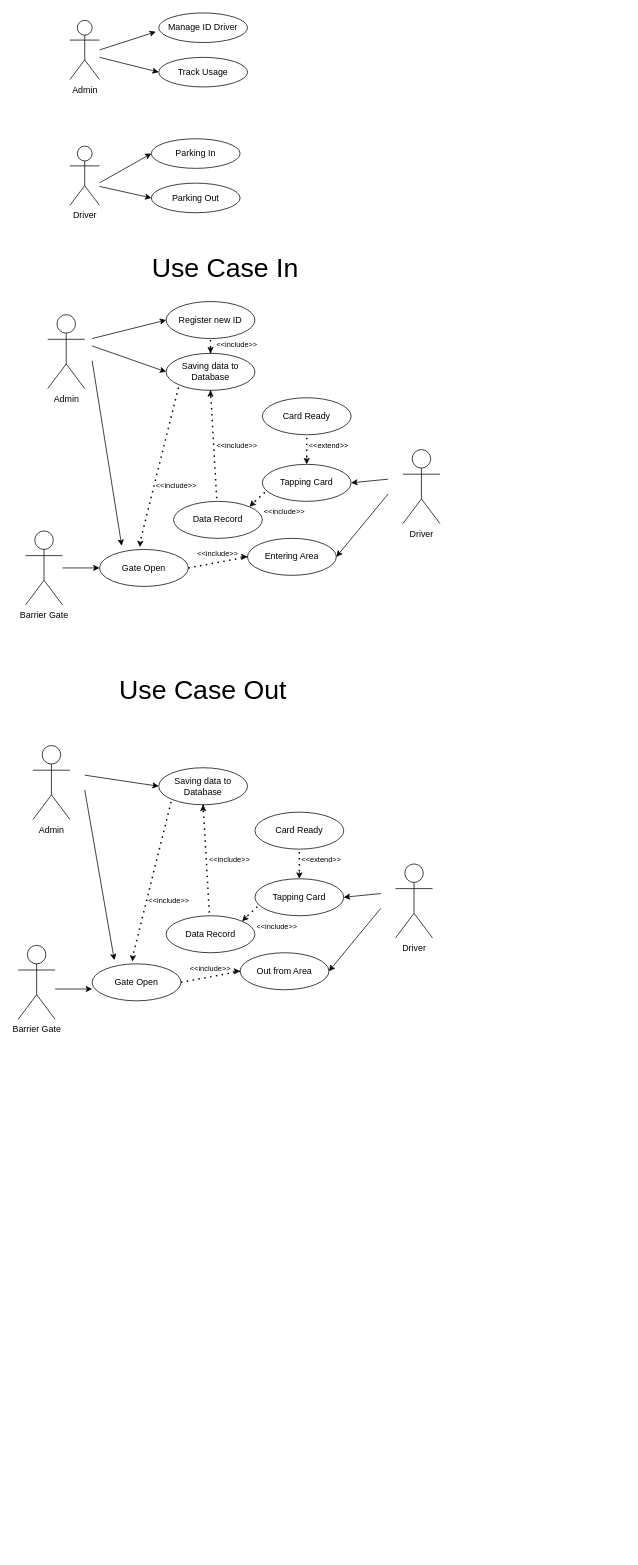
The draw.io diagram Untitled Diagram.drawio in kairamilanifitria/Capstone-Project, before the edit. Source tidied: cells renumbered, new cells numbered last; positions are measured from the earlier drawing's top-left corner, leaving out a move shared by most shapes. Both pictures are drawn from the tidied source at 74%, with x=0, y=0 at pixel (18, 13).
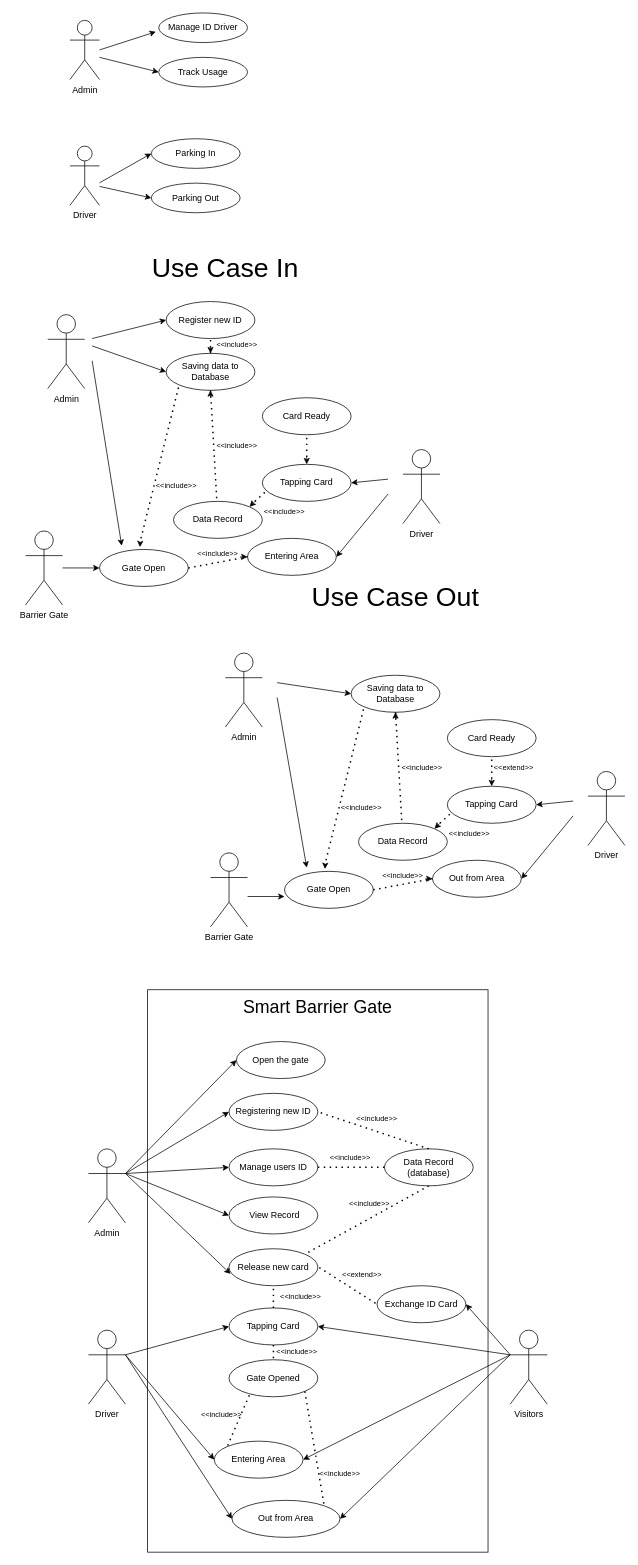
The same diagram, later.

Diff of the diagram source:
```diff
@@
+    <mxCell id="79" style="rounded=0;whiteSpace=wrap;html=1;" parent="1" vertex="1">
+      <mxGeometry x="175" y="1320" width="460" height="760" as="geometry" />
+    </mxCell>
@@
-    <mxCell id="42" value="&lt;font style=&quot;font-size: 10px&quot;&gt;&amp;lt;&amp;lt;extend&amp;gt;&amp;gt;&lt;/font&gt;" style="text;html=1;strokeColor=none;fillColor=none;align=center;verticalAlign=middle;whiteSpace=wrap;rounded=0;fontSize=36;rotation=0;" parent="1" vertex="1">
-      <mxGeometry x="390" y="560" width="60" height="30" as="geometry" />
-    </mxCell>
@@
     <mxCell id="46" value="&lt;font style=&quot;font-size: 36px&quot;&gt;Use Case Out&lt;/font&gt;" style="text;html=1;strokeColor=none;fillColor=none;align=center;verticalAlign=middle;whiteSpace=wrap;rounded=0;" parent="1" vertex="1">
-      <mxGeometry x="50" y="900" width="400" height="27.7" as="geometry" />
+      <mxGeometry x="310" y="775" width="400" height="27.7" as="geometry" />
     </mxCell>
@@
     <mxCell id="48" value="Admin" style="shape=umlActor;verticalLabelPosition=bottom;verticalAlign=top;html=1;" parent="1" vertex="1">
-      <mxGeometry x="20" y="990" width="50" height="100" as="geometry" />
+      <mxGeometry x="280" y="865" width="50" height="100" as="geometry" />
     </mxCell>
@@
     <mxCell id="50" value="Tapping Card" style="ellipse;whiteSpace=wrap;html=1;" parent="1" vertex="1">
-      <mxGeometry x="320" y="1170" width="120" height="50" as="geometry" />
+      <mxGeometry x="580" y="1045" width="120" height="50" as="geometry" />
     </mxCell>
     <mxCell id="51" value="Out from Area" style="ellipse;whiteSpace=wrap;html=1;" parent="1" vertex="1">
-      <mxGeometry x="300" y="1270" width="120" height="50" as="geometry" />
+      <mxGeometry x="560" y="1145" width="120" height="50" as="geometry" />
     </mxCell>
     <mxCell id="52" value="Saving data to Database" style="ellipse;whiteSpace=wrap;html=1;" parent="1" vertex="1">
-      <mxGeometry x="190" y="1020" width="120" height="50" as="geometry" />
+      <mxGeometry x="450" y="895" width="120" height="50" as="geometry" />
     </mxCell>
     <mxCell id="53" value="Gate Open" style="ellipse;whiteSpace=wrap;html=1;" parent="1" vertex="1">
-      <mxGeometry x="100" y="1285" width="120" height="50" as="geometry" />
+      <mxGeometry x="360" y="1160" width="120" height="50" as="geometry" />
     </mxCell>
     <mxCell id="54" value="Card Ready" style="ellipse;whiteSpace=wrap;html=1;" parent="1" vertex="1">
-      <mxGeometry x="320" y="1080" width="120" height="50" as="geometry" />
+      <mxGeometry x="580" y="955" width="120" height="50" as="geometry" />
     </mxCell>
     <mxCell id="55" style="endArrow=classic;html=1;rounded=0;fontSize=36;entryX=1;entryY=0.5;entryDx=0;entryDy=0;" parent="1" edge="1" target="50">
       <mxGeometry relative="1" as="geometry">
-        <mxPoint x="490" y="1190" as="sourcePoint" />
+        <mxPoint x="750" y="1065" as="sourcePoint" />
       </mxGeometry>
     </mxCell>
     <mxCell id="56" style="endArrow=classic;html=1;rounded=0;fontSize=36;entryX=1;entryY=0;entryDx=0;entryDy=0;" parent="1" edge="1">
       <mxGeometry relative="1" as="geometry">
-        <mxPoint x="310" y="1220" as="sourcePoint" />
-        <mxPoint x="302.7" y="1227.4" as="targetPoint" />
+        <mxPoint x="570" y="1095" as="sourcePoint" />
+        <mxPoint x="562.7" y="1102.4" as="targetPoint" />
       </mxGeometry>
     </mxCell>
     <mxCell id="57" style="endArrow=classic;html=1;rounded=0;fontSize=36;entryX=0.455;entryY=-0.064;entryDx=0;entryDy=0;entryPerimeter=0;" parent="1" edge="1" target="53">
       <mxGeometry relative="1" as="geometry">
-        <mxPoint x="155" y="1275" as="sourcePoint" />
+        <mxPoint x="415" y="1150" as="sourcePoint" />
       </mxGeometry>
     </mxCell>
     <mxCell id="58" style="endArrow=classic;html=1;rounded=0;fontSize=36;entryX=1;entryY=0.5;entryDx=0;entryDy=0;" parent="1" edge="1" target="51">
       <mxGeometry relative="1" as="geometry">
-        <mxPoint x="490" y="1210" as="sourcePoint" />
+        <mxPoint x="750" y="1085" as="sourcePoint" />
       </mxGeometry>
     </mxCell>
     <mxCell id="59" style="endArrow=none;dashed=1;html=1;dashPattern=1 3;strokeWidth=2;rounded=0;fontSize=36;exitX=0.5;exitY=1;exitDx=0;exitDy=0;startArrow=none;" parent="1" edge="1" source="67">
       <mxGeometry relative="1" as="geometry">
-        <mxPoint x="260" y="1270" as="targetPoint" />
+        <mxPoint x="520" y="1145" as="targetPoint" />
       </mxGeometry>
     </mxCell>
     <mxCell id="60" style="endArrow=none;dashed=1;html=1;dashPattern=1 3;strokeWidth=2;rounded=0;fontSize=36;exitX=1;exitY=0.5;exitDx=0;exitDy=0;entryX=0;entryY=0.5;entryDx=0;entryDy=0;" parent="1" edge="1">
       <mxGeometry relative="1" as="geometry">
-        <mxPoint x="220" y="1310" as="sourcePoint" />
-        <mxPoint x="300" y="1295" as="targetPoint" />
+        <mxPoint x="480" y="1185" as="sourcePoint" />
+        <mxPoint x="560" y="1170" as="targetPoint" />
       </mxGeometry>
     </mxCell>
     <mxCell id="61" style="endArrow=classic;html=1;rounded=0;fontSize=36;entryX=0.5;entryY=1;entryDx=0;entryDy=0;" parent="1" edge="1" target="52">
       <mxGeometry relative="1" as="geometry">
-        <mxPoint x="250" y="1080" as="sourcePoint" />
+        <mxPoint x="510" y="955" as="sourcePoint" />
       </mxGeometry>
     </mxCell>
     <mxCell id="62" style="endArrow=none;dashed=1;html=1;dashPattern=1 3;strokeWidth=2;rounded=0;fontSize=36;entryX=0;entryY=1;entryDx=0;entryDy=0;" parent="1" edge="1" target="52">
       <mxGeometry relative="1" as="geometry">
-        <mxPoint x="156" y="1270" as="sourcePoint" />
+        <mxPoint x="416" y="1145" as="sourcePoint" />
       </mxGeometry>
     </mxCell>
     <mxCell id="63" style="endArrow=none;dashed=1;html=1;dashPattern=1 3;strokeWidth=2;rounded=0;fontSize=36;entryX=0.057;entryY=0.692;entryDx=0;entryDy=0;entryPerimeter=0;" parent="1" edge="1" target="50">
       <mxGeometry relative="1" as="geometry">
-        <mxPoint x="310" y="1220" as="sourcePoint" />
+        <mxPoint x="570" y="1095" as="sourcePoint" />
       </mxGeometry>
     </mxCell>
     <mxCell id="64" style="endArrow=classic;html=1;rounded=0;fontSize=36;entryX=0;entryY=0.5;entryDx=0;entryDy=0;" parent="1" edge="1" target="51">
       <mxGeometry relative="1" as="geometry">
-        <mxPoint x="290" y="1295" as="sourcePoint" />
+        <mxPoint x="550" y="1170" as="sourcePoint" />
       </mxGeometry>
     </mxCell>
     <mxCell id="65" style="endArrow=classic;html=1;rounded=0;fontSize=36;entryX=0.5;entryY=0;entryDx=0;entryDy=0;" parent="1" edge="1" target="50">
       <mxGeometry relative="1" as="geometry">
-        <mxPoint x="380" y="1160" as="sourcePoint" />
+        <mxPoint x="640" y="1035" as="sourcePoint" />
       </mxGeometry>
     </mxCell>
     <mxCell id="66" style="endArrow=none;dashed=1;html=1;dashPattern=1 3;strokeWidth=2;rounded=0;fontSize=36;entryX=0.5;entryY=1;entryDx=0;entryDy=0;" parent="1" edge="1" target="54">
       <mxGeometry relative="1" as="geometry">
-        <mxPoint x="380" y="1160" as="sourcePoint" />
+        <mxPoint x="640" y="1035" as="sourcePoint" />
       </mxGeometry>
     </mxCell>
     <mxCell id="67" value="Data Record" style="ellipse;whiteSpace=wrap;html=1;" parent="1" vertex="1">
-      <mxGeometry x="200" y="1220" width="120" height="50" as="geometry" />
+      <mxGeometry x="460" y="1095" width="120" height="50" as="geometry" />
     </mxCell>
@@
     <mxCell id="69" style="endArrow=classic;html=1;rounded=0;fontSize=36;" parent="1" edge="1">
       <mxGeometry relative="1" as="geometry">
-        <mxPoint x="90" y="1050" as="sourcePoint" />
-        <mxPoint x="130" y="1280" as="targetPoint" />
+        <mxPoint x="350" y="925" as="sourcePoint" />
+        <mxPoint x="390" y="1155" as="targetPoint" />
       </mxGeometry>
     </mxCell>
     <mxCell id="70" value="&lt;font style=&quot;font-size: 10px&quot;&gt;&amp;lt;&amp;lt;include&amp;gt;&amp;gt;&lt;/font&gt;" style="text;html=1;strokeColor=none;fillColor=none;align=center;verticalAlign=middle;whiteSpace=wrap;rounded=0;fontSize=36;rotation=0;" parent="1" vertex="1">
-      <mxGeometry x="256" y="1120" width="60" height="30" as="geometry" />
+      <mxGeometry x="516" y="995" width="60" height="30" as="geometry" />
     </mxCell>
     <mxCell id="71" value="&lt;font style=&quot;font-size: 10px&quot;&gt;&amp;lt;&amp;lt;extend&amp;gt;&amp;gt;&lt;/font&gt;" style="text;html=1;strokeColor=none;fillColor=none;align=center;verticalAlign=middle;whiteSpace=wrap;rounded=0;fontSize=36;rotation=0;" parent="1" vertex="1">
-      <mxGeometry x="380" y="1120" width="60" height="30" as="geometry" />
+      <mxGeometry x="640" y="995" width="60" height="30" as="geometry" />
     </mxCell>
     <mxCell id="72" value="&lt;font style=&quot;font-size: 10px&quot;&gt;&amp;lt;&amp;lt;include&amp;gt;&amp;gt;&lt;/font&gt;" style="text;html=1;strokeColor=none;fillColor=none;align=center;verticalAlign=middle;whiteSpace=wrap;rounded=0;fontSize=36;rotation=0;" parent="1" vertex="1">
-      <mxGeometry x="174" y="1175" width="60" height="30" as="geometry" />
+      <mxGeometry x="434" y="1050" width="60" height="30" as="geometry" />
     </mxCell>
     <mxCell id="73" value="&lt;font style=&quot;font-size: 10px&quot;&gt;&amp;lt;&amp;lt;include&amp;gt;&amp;gt;&lt;/font&gt;" style="text;html=1;strokeColor=none;fillColor=none;align=center;verticalAlign=middle;whiteSpace=wrap;rounded=0;fontSize=36;rotation=0;" parent="1" vertex="1">
-      <mxGeometry x="320" y="1210" width="60" height="30" as="geometry" />
+      <mxGeometry x="580" y="1085" width="60" height="30" as="geometry" />
     </mxCell>
     <mxCell id="74" value="&lt;font style=&quot;font-size: 10px&quot;&gt;&amp;lt;&amp;lt;include&amp;gt;&amp;gt;&lt;/font&gt;" style="text;html=1;strokeColor=none;fillColor=none;align=center;verticalAlign=middle;whiteSpace=wrap;rounded=0;fontSize=36;rotation=0;" parent="1" vertex="1">
-      <mxGeometry x="230" y="1267" width="60" height="30" as="geometry" />
+      <mxGeometry x="490" y="1142" width="60" height="30" as="geometry" />
     </mxCell>
     <mxCell id="75" value="Driver" style="shape=umlActor;verticalLabelPosition=bottom;verticalAlign=top;html=1;" parent="1" vertex="1">
-      <mxGeometry x="510" y="1150" width="50" height="100" as="geometry" />
+      <mxGeometry x="770" y="1025" width="50" height="100" as="geometry" />
     </mxCell>
     <mxCell id="76" style="endArrow=classic;html=1;rounded=0;fontSize=36;entryX=0;entryY=0.5;entryDx=0;entryDy=0;" parent="1" edge="1">
       <mxGeometry relative="1" as="geometry">
-        <mxPoint x="90" y="1030" as="sourcePoint" />
-        <mxPoint x="190" y="1045" as="targetPoint" />
+        <mxPoint x="350" y="905" as="sourcePoint" />
+        <mxPoint x="450" y="920" as="targetPoint" />
       </mxGeometry>
     </mxCell>
     <mxCell id="77" value="Barrier Gate" style="shape=umlActor;verticalLabelPosition=bottom;verticalAlign=top;html=1;" parent="1" vertex="1">
-      <mxGeometry y="1260" width="50" height="100" as="geometry" />
+      <mxGeometry x="260" y="1135" width="50" height="100" as="geometry" />
     </mxCell>
     <mxCell id="78" style="endArrow=classic;html=1;rounded=0;fontSize=36;entryX=0;entryY=0.5;entryDx=0;entryDy=0;" parent="1" edge="1">
       <mxGeometry relative="1" as="geometry">
-        <mxPoint x="50" y="1319" as="sourcePoint" />
-        <mxPoint x="100" y="1319" as="targetPoint" />
+        <mxPoint x="310" y="1194" as="sourcePoint" />
+        <mxPoint x="360" y="1194" as="targetPoint" />
       </mxGeometry>
     </mxCell>
+    <mxCell id="80" value="Admin" style="shape=umlActor;verticalLabelPosition=bottom;verticalAlign=top;html=1;outlineConnect=0;" parent="1" vertex="1">
+      <mxGeometry x="95" y="1535" width="50" height="100" as="geometry" />
+    </mxCell>
+    <mxCell id="81" value="Registering new ID" style="ellipse;whiteSpace=wrap;html=1;" parent="1" vertex="1">
+      <mxGeometry x="285" y="1460" width="120" height="50" as="geometry" />
+    </mxCell>
+    <mxCell id="82" value="Entering Area" style="ellipse;whiteSpace=wrap;html=1;" parent="1" vertex="1">
+      <mxGeometry x="265" y="1930" width="120" height="50" as="geometry" />
+    </mxCell>
+    <mxCell id="83" value="Manage users ID" style="ellipse;whiteSpace=wrap;html=1;" parent="1" vertex="1">
+      <mxGeometry x="285" y="1535" width="120" height="50" as="geometry" />
+    </mxCell>
+    <mxCell id="84" value="Open the gate" style="ellipse;whiteSpace=wrap;html=1;" parent="1" vertex="1">
+      <mxGeometry x="295" y="1390" width="120" height="50" as="geometry" />
+    </mxCell>
+    <mxCell id="85" value="Data Record (database)" style="ellipse;whiteSpace=wrap;html=1;" parent="1" vertex="1">
+      <mxGeometry x="495" y="1535" width="120" height="50" as="geometry" />
+    </mxCell>
+    <mxCell id="86" value="Visitors" style="shape=umlActor;verticalLabelPosition=bottom;verticalAlign=top;html=1;outlineConnect=0;" parent="1" vertex="1">
+      <mxGeometry x="665" y="1780" width="50" height="100" as="geometry" />
+    </mxCell>
+    <mxCell id="87" value="Gate Opened" style="ellipse;whiteSpace=wrap;html=1;" parent="1" vertex="1">
+      <mxGeometry x="285" y="1820" width="120" height="50" as="geometry" />
+    </mxCell>
+    <mxCell id="88" style="endArrow=classic;html=1;rounded=0;entryX=0;entryY=0.5;entryDx=0;entryDy=0;exitX=1;exitY=0.3333333333333333;exitDx=0;exitDy=0;exitPerimeter=0;" parent="1" edge="1" source="80" target="81">
+      <mxGeometry relative="1" as="geometry" />
+    </mxCell>
+    <mxCell id="89" style="endArrow=classic;html=1;rounded=0;entryX=0;entryY=0.5;entryDx=0;entryDy=0;exitX=1;exitY=0.3333333333333333;exitDx=0;exitDy=0;exitPerimeter=0;" parent="1" edge="1" source="80" target="83">
+      <mxGeometry relative="1" as="geometry" />
+    </mxCell>
+    <mxCell id="90" style="endArrow=classic;html=1;rounded=0;entryX=0;entryY=0.5;entryDx=0;entryDy=0;exitX=1;exitY=0.3333333333333333;exitDx=0;exitDy=0;exitPerimeter=0;" parent="1" edge="1" source="80" target="84">
+      <mxGeometry relative="1" as="geometry" />
+    </mxCell>
+    <mxCell id="91" style="endArrow=none;dashed=1;html=1;dashPattern=1 3;strokeWidth=2;rounded=0;entryX=1;entryY=0.5;entryDx=0;entryDy=0;exitX=0.5;exitY=0;exitDx=0;exitDy=0;" parent="1" edge="1" source="85" target="81">
+      <mxGeometry relative="1" as="geometry" />
+    </mxCell>
+    <mxCell id="92" style="endArrow=none;dashed=1;html=1;dashPattern=1 3;strokeWidth=2;rounded=0;entryX=1;entryY=0.5;entryDx=0;entryDy=0;exitX=0;exitY=0.5;exitDx=0;exitDy=0;" parent="1" edge="1" source="85" target="83">
+      <mxGeometry relative="1" as="geometry" />
+    </mxCell>
+    <mxCell id="93" style="endArrow=classic;html=1;rounded=0;entryX=0;entryY=0.5;entryDx=0;entryDy=0;exitX=1;exitY=0.3333333333333333;exitDx=0;exitDy=0;exitPerimeter=0;" parent="1" edge="1" source="96" target="99">
+      <mxGeometry relative="1" as="geometry" />
+    </mxCell>
+    <mxCell id="94" value="&amp;nbsp;View Record" style="ellipse;whiteSpace=wrap;html=1;" parent="1" vertex="1">
+      <mxGeometry x="285" y="1600" width="120" height="50" as="geometry" />
+    </mxCell>
+    <mxCell id="95" style="endArrow=classic;html=1;rounded=0;entryX=0;entryY=0.5;entryDx=0;entryDy=0;exitX=1;exitY=0.3333333333333333;exitDx=0;exitDy=0;exitPerimeter=0;" parent="1" edge="1" source="80" target="94">
+      <mxGeometry relative="1" as="geometry" />
+    </mxCell>
+    <mxCell id="96" value="Driver" style="shape=umlActor;verticalLabelPosition=bottom;verticalAlign=top;html=1;outlineConnect=0;" parent="1" vertex="1">
+      <mxGeometry x="95" y="1780" width="50" height="100" as="geometry" />
+    </mxCell>
+    <mxCell id="97" value="Release new card" style="ellipse;whiteSpace=wrap;html=1;" parent="1" vertex="1">
+      <mxGeometry x="285" y="1670" width="120" height="50" as="geometry" />
+    </mxCell>
+    <mxCell id="98" style="endArrow=classic;html=1;rounded=0;entryX=0.017;entryY=0.68;entryDx=0;entryDy=0;exitX=1;exitY=0.3333333333333333;exitDx=0;exitDy=0;exitPerimeter=0;entryPerimeter=0;" parent="1" edge="1" source="80" target="97">
+      <mxGeometry relative="1" as="geometry" />
+    </mxCell>
+    <mxCell id="99" value="Tapping Card" style="ellipse;whiteSpace=wrap;html=1;" parent="1" vertex="1">
+      <mxGeometry x="285" y="1750" width="120" height="50" as="geometry" />
+    </mxCell>
+    <mxCell id="100" style="endArrow=classic;html=1;rounded=0;entryX=0;entryY=0.5;entryDx=0;entryDy=0;exitX=1;exitY=0.3333333333333333;exitDx=0;exitDy=0;exitPerimeter=0;" parent="1" edge="1" source="96" target="82">
+      <mxGeometry relative="1" as="geometry" />
+    </mxCell>
+    <mxCell id="101" style="endArrow=none;dashed=1;html=1;dashPattern=1 3;strokeWidth=2;rounded=0;entryX=0.5;entryY=1;entryDx=0;entryDy=0;exitX=0.5;exitY=0;exitDx=0;exitDy=0;" parent="1" edge="1" source="99" target="97">
+      <mxGeometry relative="1" as="geometry" />
+    </mxCell>
+    <mxCell id="102" style="endArrow=none;dashed=1;html=1;dashPattern=1 3;strokeWidth=2;rounded=0;entryX=0.5;entryY=0;entryDx=0;entryDy=0;exitX=0.5;exitY=1;exitDx=0;exitDy=0;" parent="1" edge="1" source="99" target="87">
+      <mxGeometry relative="1" as="geometry" />
+    </mxCell>
+    <mxCell id="103" style="endArrow=classic;html=1;rounded=0;entryX=1;entryY=0.5;entryDx=0;entryDy=0;exitX=0;exitY=0.3333333333333333;exitDx=0;exitDy=0;exitPerimeter=0;" parent="1" edge="1" source="86" target="99">
+      <mxGeometry relative="1" as="geometry" />
+    </mxCell>
+    <mxCell id="104" value="Out from Area" style="ellipse;whiteSpace=wrap;html=1;" parent="1" vertex="1">
+      <mxGeometry x="289" y="2010" width="146" height="50" as="geometry" />
+    </mxCell>
+    <mxCell id="105" style="endArrow=none;dashed=1;html=1;dashPattern=1 3;strokeWidth=2;rounded=0;exitX=0.228;exitY=0.96;exitDx=0;exitDy=0;exitPerimeter=0;entryX=0;entryY=0;entryDx=0;entryDy=0;" parent="1" edge="1" source="87" target="82">
+      <mxGeometry relative="1" as="geometry" />
+    </mxCell>
+    <mxCell id="106" style="endArrow=none;dashed=1;html=1;dashPattern=1 3;strokeWidth=2;rounded=0;entryX=1;entryY=0;entryDx=0;entryDy=0;exitX=1;exitY=1;exitDx=0;exitDy=0;" parent="1" edge="1" source="87" target="104">
+      <mxGeometry relative="1" as="geometry" />
+    </mxCell>
+    <mxCell id="107" style="endArrow=classic;html=1;rounded=0;entryX=1;entryY=0.5;entryDx=0;entryDy=0;exitX=0;exitY=0.3333333333333333;exitDx=0;exitDy=0;exitPerimeter=0;" parent="1" edge="1" source="86" target="82">
+      <mxGeometry relative="1" as="geometry" />
+    </mxCell>
+    <mxCell id="108" style="endArrow=classic;html=1;rounded=0;entryX=1;entryY=0.5;entryDx=0;entryDy=0;exitX=0;exitY=0.3333333333333333;exitDx=0;exitDy=0;exitPerimeter=0;" parent="1" edge="1" source="86" target="104">
+      <mxGeometry relative="1" as="geometry" />
+    </mxCell>
+    <mxCell id="109" style="endArrow=classic;html=1;rounded=0;entryX=0;entryY=0.5;entryDx=0;entryDy=0;exitX=1;exitY=0.3333333333333333;exitDx=0;exitDy=0;exitPerimeter=0;" parent="1" edge="1" source="96" target="104">
+      <mxGeometry relative="1" as="geometry" />
+    </mxCell>
+    <mxCell id="110" value="&lt;font style=&quot;font-size: 10px&quot;&gt;&amp;lt;&amp;lt;include&amp;gt;&amp;gt;&lt;/font&gt;" style="text;html=1;strokeColor=none;fillColor=none;align=center;verticalAlign=middle;whiteSpace=wrap;rounded=0;fontSize=36;rotation=0;" parent="1" vertex="1">
+      <mxGeometry x="455" y="1470" width="60" height="30" as="geometry" />
+    </mxCell>
+    <mxCell id="111" value="&lt;font style=&quot;font-size: 10px&quot;&gt;&amp;lt;&amp;lt;include&amp;gt;&amp;gt;&lt;/font&gt;" style="text;html=1;strokeColor=none;fillColor=none;align=center;verticalAlign=middle;whiteSpace=wrap;rounded=0;fontSize=36;rotation=0;" parent="1" vertex="1">
+      <mxGeometry x="419" y="1523" width="60" height="30" as="geometry" />
+    </mxCell>
+    <mxCell id="112" value="&lt;font style=&quot;font-size: 10px&quot;&gt;&amp;lt;&amp;lt;include&amp;gt;&amp;gt;&lt;/font&gt;" style="text;html=1;strokeColor=none;fillColor=none;align=center;verticalAlign=middle;whiteSpace=wrap;rounded=0;fontSize=36;rotation=0;" parent="1" vertex="1">
+      <mxGeometry x="352" y="1710" width="60" height="30" as="geometry" />
+    </mxCell>
+    <mxCell id="113" value="&lt;font style=&quot;font-size: 10px&quot;&gt;&amp;lt;&amp;lt;include&amp;gt;&amp;gt;&lt;/font&gt;" style="text;html=1;strokeColor=none;fillColor=none;align=center;verticalAlign=middle;whiteSpace=wrap;rounded=0;fontSize=36;rotation=0;" parent="1" vertex="1">
+      <mxGeometry x="347" y="1785" width="60" height="30" as="geometry" />
+    </mxCell>
+    <mxCell id="114" value="&lt;font style=&quot;font-size: 10px&quot;&gt;&amp;lt;&amp;lt;include&amp;gt;&amp;gt;&lt;/font&gt;" style="text;html=1;strokeColor=none;fillColor=none;align=center;verticalAlign=middle;whiteSpace=wrap;rounded=0;fontSize=36;rotation=0;" parent="1" vertex="1">
+      <mxGeometry x="245" y="1870" width="60" height="30" as="geometry" />
+    </mxCell>
+    <mxCell id="115" value="&lt;font style=&quot;font-size: 10px&quot;&gt;&amp;lt;&amp;lt;include&amp;gt;&amp;gt;&lt;/font&gt;" style="text;html=1;strokeColor=none;fillColor=none;align=center;verticalAlign=middle;whiteSpace=wrap;rounded=0;fontSize=36;rotation=0;" parent="1" vertex="1">
+      <mxGeometry x="405" y="1950" width="60" height="30" as="geometry" />
+    </mxCell>
+    <mxCell id="116" value="Exchange ID Card" style="ellipse;whiteSpace=wrap;html=1;" parent="1" vertex="1">
+      <mxGeometry x="485" y="1720" width="120" height="50" as="geometry" />
+    </mxCell>
+    <mxCell id="117" style="endArrow=classic;html=1;rounded=0;exitX=0;exitY=0.3333333333333333;exitDx=0;exitDy=0;exitPerimeter=0;entryX=1;entryY=0.5;entryDx=0;entryDy=0;" parent="1" edge="1" source="86" target="116">
+      <mxGeometry relative="1" as="geometry" />
+    </mxCell>
+    <mxCell id="118" style="endArrow=none;dashed=1;html=1;dashPattern=1 3;strokeWidth=2;rounded=0;entryX=0;entryY=0.5;entryDx=0;entryDy=0;exitX=1;exitY=1;exitDx=0;exitDy=0;" parent="1" edge="1" target="116">
+      <mxGeometry relative="1" as="geometry">
+        <mxPoint x="407" y="1695.4" as="sourcePoint" />
+      </mxGeometry>
+    </mxCell>
+    <mxCell id="42" value="&lt;font style=&quot;font-size: 10px&quot;&gt;&amp;lt;&amp;lt;extend&amp;gt;&amp;gt;&lt;/font&gt;" style="text;html=1;strokeColor=none;fillColor=none;align=center;verticalAlign=middle;whiteSpace=wrap;rounded=0;fontSize=36;rotation=0;" parent="1" vertex="1">
+      <mxGeometry x="435" y="1680" width="60" height="30" as="geometry" />
+    </mxCell>
+    <mxCell id="119" value="&lt;font style=&quot;font-size: 24px&quot;&gt;Smart Barrier Gate&lt;/font&gt;" style="text;html=1;strokeColor=none;fillColor=none;align=center;verticalAlign=middle;whiteSpace=wrap;rounded=0;" parent="1" vertex="1">
+      <mxGeometry x="205" y="1330" width="400" height="27.7" as="geometry" />
+    </mxCell>
+    <mxCell id="120" style="endArrow=none;dashed=1;html=1;dashPattern=1 3;strokeWidth=2;rounded=0;entryX=1;entryY=0;entryDx=0;entryDy=0;exitX=0.5;exitY=1;exitDx=0;exitDy=0;" parent="1" edge="1" source="85" target="97">
+      <mxGeometry relative="1" as="geometry" />
+    </mxCell>
+    <mxCell id="121" value="&lt;font style=&quot;font-size: 10px&quot;&gt;&amp;lt;&amp;lt;include&amp;gt;&amp;gt;&lt;/font&gt;" style="text;html=1;strokeColor=none;fillColor=none;align=center;verticalAlign=middle;whiteSpace=wrap;rounded=0;fontSize=36;rotation=0;" parent="1" vertex="1">
+      <mxGeometry x="445" y="1585" width="60" height="30" as="geometry" />
+    </mxCell>
+    <mxCell id="122" style="edgeStyle=orthogonalEdgeStyle;rounded=0;orthogonalLoop=1;jettySize=auto;html=1;exitX=0.5;exitY=1;exitDx=0;exitDy=0;" parent="1" edge="1" source="115" target="115">
+      <mxGeometry relative="1" as="geometry" />
+    </mxCell>
```
